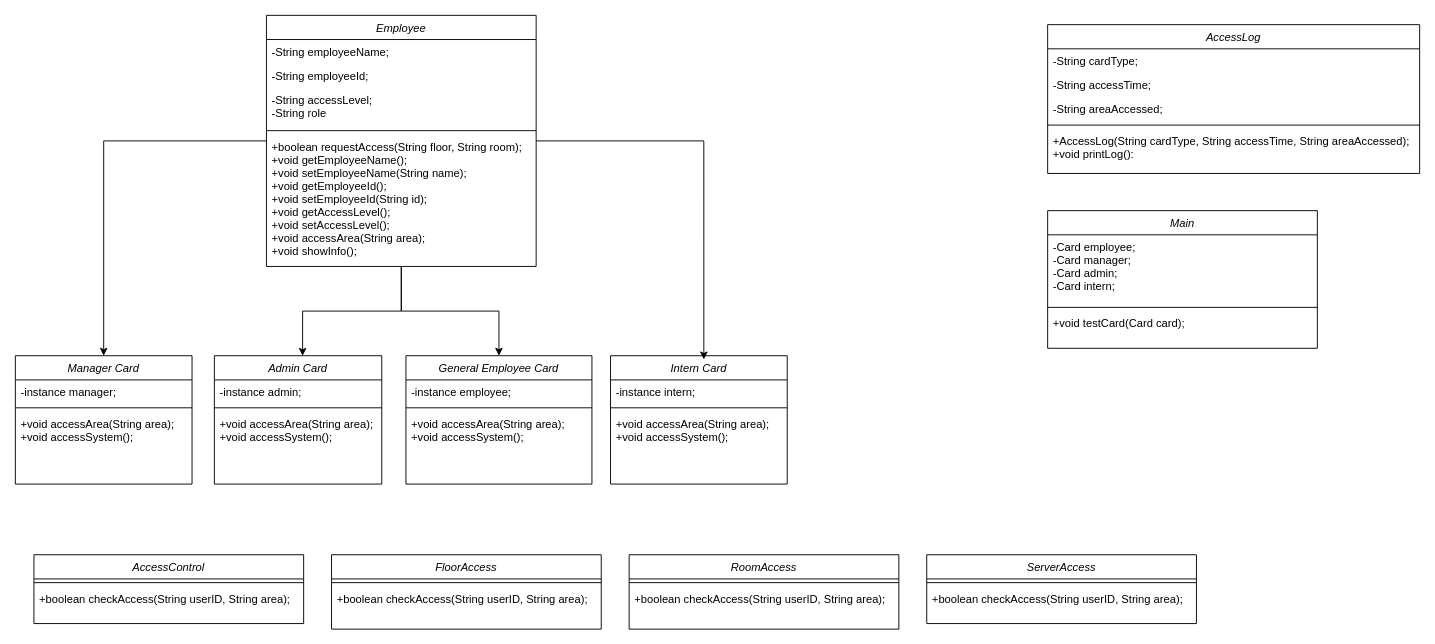
This is Untitled Diagram.drawio from pin-nattharin/DII-GEN6-CompoundSEC, a draw.io file, before an edit. Source tidied: cells renumbered, new cells numbered last; positions are measured from the earlier drawing's top-left corner, leaving out a move shared by most shapes. Both pictures are drawn from the tidied source at 93%, with x=0, y=0 at pixel (15, 15).
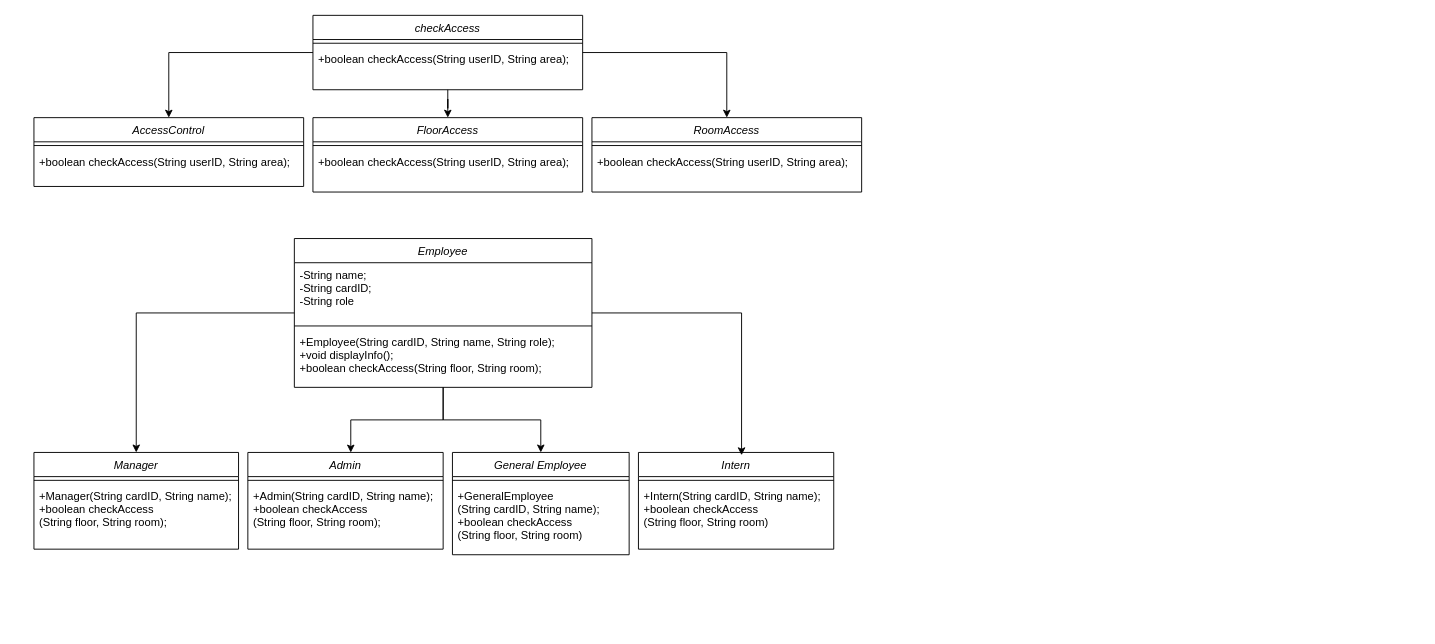
The same diagram, later.

Change to the diagram source:
```diff
@@
     <mxCell id="4" value="Employee" style="swimlane;fontStyle=2;align=center;verticalAlign=top;horizontal=1;startSize=26;rounded=0;shadow=0;strokeWidth=1;" parent="1" vertex="1">
-      <mxGeometry x="270" width="290" height="270" as="geometry" />
+      <mxGeometry x="300" y="240" width="320" height="160" as="geometry" />
     </mxCell>
-    <mxCell id="5" value="-String employeeName;" style="text;align=left;verticalAlign=top;spacingLeft=4;spacingRight=4;overflow=hidden;rounded=0;shadow=0;html=0;" parent="4" vertex="1">
-      <mxGeometry y="26" width="290" height="26" as="geometry" />
+    <mxCell id="5" value="-String name;&#10;-String cardID;&#10;-String role" style="text;align=left;verticalAlign=top;spacingLeft=4;spacingRight=4;overflow=hidden;rounded=0;shadow=0;html=0;" parent="4" vertex="1">
+      <mxGeometry y="26" width="320" height="64" as="geometry" />
     </mxCell>
-    <mxCell id="6" value="-String employeeId;" style="text;align=left;verticalAlign=top;spacingLeft=4;spacingRight=4;overflow=hidden;" parent="4" vertex="1">
-      <mxGeometry y="52" width="290" height="26" as="geometry" />
-    </mxCell>
-    <mxCell id="7" value="-String accessLevel;&#10;-String role" style="text;align=left;verticalAlign=top;spacingLeft=4;spacingRight=4;overflow=hidden;rounded=0;shadow=0;html=0;" parent="4" vertex="1">
-      <mxGeometry y="78" width="290" height="42" as="geometry" />
-    </mxCell>
     <mxCell id="8" style="line;html=1;strokeWidth=1;align=left;verticalAlign=middle;spacingTop=-1;spacingLeft=3;spacingRight=3;labelPosition=right;" parent="4" vertex="1">
-      <mxGeometry y="120" width="290" height="8" as="geometry" />
+      <mxGeometry y="90" width="320" height="8" as="geometry" />
     </mxCell>
-    <mxCell id="9" value="+boolean requestAccess(String floor, String room);&#10;+void getEmployeeName();&#10;+void setEmployeeName(String name);&#10;+void getEmployeeId();&#10;+void setEmployeeId(String id);&#10;+void getAccessLevel();&#10;+void setAccessLevel();&#10;+void accessArea(String area);&#10;+void showInfo();" style="text;align=left;verticalAlign=top;spacingLeft=4;spacingRight=4;overflow=hidden;" parent="4" vertex="1">
-      <mxGeometry y="128" width="290" height="142" as="geometry" />
+    <mxCell id="9" value="+Employee(String cardID, String name, String role);&#10;+void displayInfo();&#10;+boolean checkAccess(String floor, String room);" style="text;align=left;verticalAlign=top;spacingLeft=4;spacingRight=4;overflow=hidden;" parent="4" vertex="1">
+      <mxGeometry y="98" width="320" height="62" as="geometry" />
     </mxCell>
-    <mxCell id="10" value="Manager Card" style="swimlane;fontStyle=2;align=center;verticalAlign=top;horizontal=1;startSize=26;rounded=0;shadow=0;strokeWidth=1;" parent="1" vertex="1">
-      <mxGeometry y="366" width="190" height="138" as="geometry" />
+    <mxCell id="10" value="Manager" style="swimlane;fontStyle=2;align=center;verticalAlign=top;horizontal=1;startSize=26;rounded=0;shadow=0;strokeWidth=1;" parent="1" vertex="1">
+      <mxGeometry x="20" y="470" width="220" height="104" as="geometry" />
     </mxCell>
-    <mxCell id="11" value="-instance manager;" style="text;align=left;verticalAlign=top;spacingLeft=4;spacingRight=4;overflow=hidden;" parent="10" vertex="1">
-      <mxGeometry y="26" width="190" height="26" as="geometry" />
-    </mxCell>
     <mxCell id="12" style="line;html=1;strokeWidth=1;align=left;verticalAlign=middle;spacingTop=-1;spacingLeft=3;spacingRight=3;labelPosition=right;" parent="10" vertex="1">
-      <mxGeometry y="52" width="190" height="8" as="geometry" />
+      <mxGeometry y="26" width="220" height="8" as="geometry" />
     </mxCell>
-    <mxCell id="13" value="+void accessArea(String area);&#10;+void accessSystem();" style="text;align=left;verticalAlign=top;spacingLeft=4;spacingRight=4;overflow=hidden;" parent="10" vertex="1">
-      <mxGeometry y="60" width="190" height="60" as="geometry" />
+    <mxCell id="13" value="+Manager(String cardID, String name);&#10;+boolean checkAccess&#10;(String floor, String room);" style="text;align=left;verticalAlign=top;spacingLeft=4;spacingRight=4;overflow=hidden;" parent="10" vertex="1">
+      <mxGeometry y="34" width="220" height="60" as="geometry" />
     </mxCell>
-    <mxCell id="14" value="Admin Card" style="swimlane;fontStyle=2;align=center;verticalAlign=top;horizontal=1;startSize=26;rounded=0;shadow=0;strokeWidth=1;" parent="1" vertex="1">
-      <mxGeometry x="214" y="366" width="180" height="138" as="geometry" />
+    <mxCell id="14" value="Admin" style="swimlane;fontStyle=2;align=center;verticalAlign=top;horizontal=1;startSize=26;rounded=0;shadow=0;strokeWidth=1;" parent="1" vertex="1">
+      <mxGeometry x="250" y="470" width="210" height="104" as="geometry" />
     </mxCell>
-    <mxCell id="15" value="-instance admin;" style="text;align=left;verticalAlign=top;spacingLeft=4;spacingRight=4;overflow=hidden;" parent="14" vertex="1">
-      <mxGeometry y="26" width="180" height="26" as="geometry" />
-    </mxCell>
     <mxCell id="16" style="line;html=1;strokeWidth=1;align=left;verticalAlign=middle;spacingTop=-1;spacingLeft=3;spacingRight=3;labelPosition=right;" parent="14" vertex="1">
-      <mxGeometry y="52" width="180" height="8" as="geometry" />
+      <mxGeometry y="26" width="210" height="8" as="geometry" />
     </mxCell>
-    <mxCell id="17" value="+void accessArea(String area);&#10;+void accessSystem();" style="text;align=left;verticalAlign=top;spacingLeft=4;spacingRight=4;overflow=hidden;" parent="14" vertex="1">
-      <mxGeometry y="60" width="180" height="60" as="geometry" />
+    <mxCell id="17" value="+Admin(String cardID, String name);&#10;+boolean checkAccess&#10;(String floor, String room);" style="text;align=left;verticalAlign=top;spacingLeft=4;spacingRight=4;overflow=hidden;" parent="14" vertex="1">
+      <mxGeometry y="34" width="210" height="60" as="geometry" />
     </mxCell>
-    <mxCell id="18" value="Intern Card" style="swimlane;fontStyle=2;align=center;verticalAlign=top;horizontal=1;startSize=26;rounded=0;shadow=0;strokeWidth=1;" parent="1" vertex="1">
-      <mxGeometry x="640" y="366" width="190" height="138" as="geometry" />
+    <mxCell id="18" value="Intern" style="swimlane;fontStyle=2;align=center;verticalAlign=top;horizontal=1;startSize=26;rounded=0;shadow=0;strokeWidth=1;" parent="1" vertex="1">
+      <mxGeometry x="670" y="470" width="210" height="104" as="geometry" />
     </mxCell>
-    <mxCell id="19" value="-instance intern;" style="text;align=left;verticalAlign=top;spacingLeft=4;spacingRight=4;overflow=hidden;" parent="18" vertex="1">
-      <mxGeometry y="26" width="190" height="26" as="geometry" />
-    </mxCell>
     <mxCell id="20" style="line;html=1;strokeWidth=1;align=left;verticalAlign=middle;spacingTop=-1;spacingLeft=3;spacingRight=3;labelPosition=right;" parent="18" vertex="1">
-      <mxGeometry y="52" width="190" height="8" as="geometry" />
+      <mxGeometry y="26" width="210" height="8" as="geometry" />
     </mxCell>
-    <mxCell id="21" value="+void accessArea(String area);&#10;+void accessSystem();" style="text;align=left;verticalAlign=top;spacingLeft=4;spacingRight=4;overflow=hidden;" parent="18" vertex="1">
-      <mxGeometry y="60" width="190" height="60" as="geometry" />
+    <mxCell id="21" value="+Intern(String cardID, String name);&#10;+boolean checkAccess&#10;(String floor, String room)" style="text;align=left;verticalAlign=top;spacingLeft=4;spacingRight=4;overflow=hidden;" parent="18" vertex="1">
+      <mxGeometry y="34" width="210" height="60" as="geometry" />
     </mxCell>
-    <mxCell id="22" value="AccessLog" style="swimlane;fontStyle=2;align=center;verticalAlign=top;horizontal=1;startSize=26;rounded=0;shadow=0;strokeWidth=1;" parent="1" vertex="1">
-      <mxGeometry x="1110" y="10" width="400" height="160" as="geometry" />
-    </mxCell>
-    <mxCell id="23" value="-String cardType;" style="text;align=left;verticalAlign=top;spacingLeft=4;spacingRight=4;overflow=hidden;" parent="22" vertex="1">
-      <mxGeometry y="26" width="400" height="26" as="geometry" />
-    </mxCell>
-    <mxCell id="24" value="-String accessTime;" style="text;align=left;verticalAlign=top;spacingLeft=4;spacingRight=4;overflow=hidden;rounded=0;shadow=0;html=0;" parent="22" vertex="1">
-      <mxGeometry y="52" width="400" height="26" as="geometry" />
-    </mxCell>
-    <mxCell id="25" value="-String areaAccessed;" style="text;align=left;verticalAlign=top;spacingLeft=4;spacingRight=4;overflow=hidden;rounded=0;shadow=0;html=0;" parent="22" vertex="1">
-      <mxGeometry y="78" width="400" height="26" as="geometry" />
-    </mxCell>
-    <mxCell id="26" style="line;html=1;strokeWidth=1;align=left;verticalAlign=middle;spacingTop=-1;spacingLeft=3;spacingRight=3;labelPosition=right;" parent="22" vertex="1">
-      <mxGeometry y="104" width="400" height="8" as="geometry" />
-    </mxCell>
-    <mxCell id="27" value="+AccessLog(String cardType, String accessTime, String areaAccessed);&#10;+void printLog():" style="text;align=left;verticalAlign=top;spacingLeft=4;spacingRight=4;overflow=hidden;" parent="22" vertex="1">
-      <mxGeometry y="112" width="400" height="38" as="geometry" />
-    </mxCell>
-    <mxCell id="28" value="General Employee Card" style="swimlane;fontStyle=2;align=center;verticalAlign=top;horizontal=1;startSize=26;rounded=0;shadow=0;strokeWidth=1;" parent="1" vertex="1">
-      <mxGeometry x="420" y="366" width="200" height="138" as="geometry" />
+    <mxCell id="28" value="General Employee" style="swimlane;fontStyle=2;align=center;verticalAlign=top;horizontal=1;startSize=26;rounded=0;shadow=0;strokeWidth=1;" parent="1" vertex="1">
+      <mxGeometry x="470" y="470" width="190" height="110" as="geometry" />
     </mxCell>
-    <mxCell id="29" value="-instance employee;" style="text;align=left;verticalAlign=top;spacingLeft=4;spacingRight=4;overflow=hidden;" parent="28" vertex="1">
-      <mxGeometry y="26" width="200" height="26" as="geometry" />
-    </mxCell>
     <mxCell id="30" style="line;html=1;strokeWidth=1;align=left;verticalAlign=middle;spacingTop=-1;spacingLeft=3;spacingRight=3;labelPosition=right;" parent="28" vertex="1">
-      <mxGeometry y="52" width="200" height="8" as="geometry" />
+      <mxGeometry y="26" width="190" height="8" as="geometry" />
     </mxCell>
-    <mxCell id="31" value="+void accessArea(String area);&#10;+void accessSystem();" style="text;align=left;verticalAlign=top;spacingLeft=4;spacingRight=4;overflow=hidden;" parent="28" vertex="1">
-      <mxGeometry y="60" width="200" height="40" as="geometry" />
+    <mxCell id="31" value="+GeneralEmployee&#10;(String cardID, String name);&#10;+boolean checkAccess&#10;(String floor, String room)" style="text;align=left;verticalAlign=top;spacingLeft=4;spacingRight=4;overflow=hidden;" parent="28" vertex="1">
+      <mxGeometry y="34" width="190" height="76" as="geometry" />
     </mxCell>
-    <mxCell id="32" value="Main" style="swimlane;fontStyle=2;align=center;verticalAlign=top;horizontal=1;startSize=26;rounded=0;shadow=0;strokeWidth=1;" parent="1" vertex="1">
-      <mxGeometry x="1110" y="210" width="290" height="148" as="geometry" />
-    </mxCell>
-    <mxCell id="33" value="-Card employee;&#10;-Card manager;&#10;-Card admin;&#10;-Card intern;" style="text;align=left;verticalAlign=top;spacingLeft=4;spacingRight=4;overflow=hidden;" parent="32" vertex="1">
-      <mxGeometry y="26" width="290" height="74" as="geometry" />
-    </mxCell>
-    <mxCell id="34" style="line;html=1;strokeWidth=1;align=left;verticalAlign=middle;spacingTop=-1;spacingLeft=3;spacingRight=3;labelPosition=right;" parent="32" vertex="1">
-      <mxGeometry y="100" width="290" height="8" as="geometry" />
-    </mxCell>
-    <mxCell id="35" value="+void testCard(Card card);" style="text;align=left;verticalAlign=top;spacingLeft=4;spacingRight=4;overflow=hidden;" parent="32" vertex="1">
-      <mxGeometry y="108" width="290" height="40" as="geometry" />
-    </mxCell>
     <mxCell id="36" value="AccessControl" style="swimlane;fontStyle=2;align=center;verticalAlign=top;horizontal=1;startSize=26;rounded=0;shadow=0;strokeWidth=1;" parent="1" vertex="1">
-      <mxGeometry x="20" y="580" width="290" height="74" as="geometry" />
+      <mxGeometry x="20" y="110" width="290" height="74" as="geometry" />
     </mxCell>
@@
     <mxCell id="39" value="FloorAccess" style="swimlane;fontStyle=2;align=center;verticalAlign=top;horizontal=1;startSize=26;rounded=0;shadow=0;strokeWidth=1;" parent="1" vertex="1">
-      <mxGeometry x="340" y="580" width="290" height="80" as="geometry" />
+      <mxGeometry x="320" y="110" width="290" height="80" as="geometry" />
     </mxCell>
@@
     <mxCell id="42" value="RoomAccess" style="swimlane;fontStyle=2;align=center;verticalAlign=top;horizontal=1;startSize=26;rounded=0;shadow=0;strokeWidth=1;" parent="1" vertex="1">
-      <mxGeometry x="660" y="580" width="290" height="80" as="geometry" />
+      <mxGeometry x="620" y="110" width="290" height="80" as="geometry" />
     </mxCell>
@@
-    <mxCell id="45" value="ServerAccess" style="swimlane;fontStyle=2;align=center;verticalAlign=top;horizontal=1;startSize=26;rounded=0;shadow=0;strokeWidth=1;" parent="1" vertex="1">
-      <mxGeometry x="980" y="580" width="290" height="74" as="geometry" />
-    </mxCell>
+    <mxCell id="48" style="edgeStyle=orthogonalEdgeStyle;rounded=0;jettySize=auto;html=1;entryX=0.527;entryY=0.001;entryDx=0;entryDy=0;entryPerimeter=0;" parent="1" edge="1" source="4" target="14">
+      <mxGeometry relative="1" as="geometry" />
+    </mxCell>
+    <mxCell id="49" style="edgeStyle=orthogonalEdgeStyle;rounded=0;jettySize=auto;html=1;entryX=0.528;entryY=0.029;entryDx=0;entryDy=0;entryPerimeter=0;" parent="1" edge="1" source="4" target="18">
+      <mxGeometry relative="1" as="geometry" />
+    </mxCell>
+    <mxCell id="50" style="edgeStyle=orthogonalEdgeStyle;rounded=0;jettySize=auto;html=1;entryX=0.5;entryY=0;entryDx=0;entryDy=0;" parent="1" edge="1" source="53" target="39">
+      <mxGeometry relative="1" as="geometry" />
+    </mxCell>
+    <mxCell id="51" style="edgeStyle=orthogonalEdgeStyle;rounded=0;jettySize=auto;html=1;entryX=0.5;entryY=0;entryDx=0;entryDy=0;" parent="1" edge="1" source="53" target="36">
+      <mxGeometry relative="1" as="geometry" />
+    </mxCell>
+    <mxCell id="52" style="edgeStyle=orthogonalEdgeStyle;rounded=0;jettySize=auto;html=1;" parent="1" edge="1" source="53" target="42">
+      <mxGeometry relative="1" as="geometry" />
+    </mxCell>
+    <mxCell id="53" value="checkAccess" style="swimlane;fontStyle=2;align=center;verticalAlign=top;horizontal=1;startSize=26;rounded=0;shadow=0;strokeWidth=1;" parent="1" vertex="1">
+      <mxGeometry x="320" width="290" height="80" as="geometry" />
+    </mxCell>
-    <mxCell id="46" style="line;html=1;strokeWidth=1;align=left;verticalAlign=middle;spacingTop=-1;spacingLeft=3;spacingRight=3;labelPosition=right;" parent="45" vertex="1">
+    <mxCell id="46" style="line;html=1;strokeWidth=1;align=left;verticalAlign=middle;spacingTop=-1;spacingLeft=3;spacingRight=3;labelPosition=right;" parent="53" vertex="1">
       <mxGeometry y="26" width="290" height="8" as="geometry" />
     </mxCell>
-    <mxCell id="47" value="+boolean checkAccess(String userID, String area);" style="text;align=left;verticalAlign=top;spacingLeft=4;spacingRight=4;overflow=hidden;" parent="45" vertex="1">
+    <mxCell id="47" value="+boolean checkAccess(String userID, String area);" style="text;align=left;verticalAlign=top;spacingLeft=4;spacingRight=4;overflow=hidden;" parent="53" vertex="1">
       <mxGeometry y="34" width="290" height="40" as="geometry" />
     </mxCell>
-    <mxCell id="48" style="edgeStyle=orthogonalEdgeStyle;rounded=0;jettySize=auto;html=1;entryX=0.527;entryY=0.001;entryDx=0;entryDy=0;entryPerimeter=0;" parent="1" edge="1" source="4" target="14">
-      <mxGeometry relative="1" as="geometry" />
-    </mxCell>
-    <mxCell id="49" style="edgeStyle=orthogonalEdgeStyle;rounded=0;jettySize=auto;html=1;entryX=0.528;entryY=0.029;entryDx=0;entryDy=0;entryPerimeter=0;" parent="1" edge="1" source="4" target="18">
-      <mxGeometry relative="1" as="geometry" />
-    </mxCell>
```
